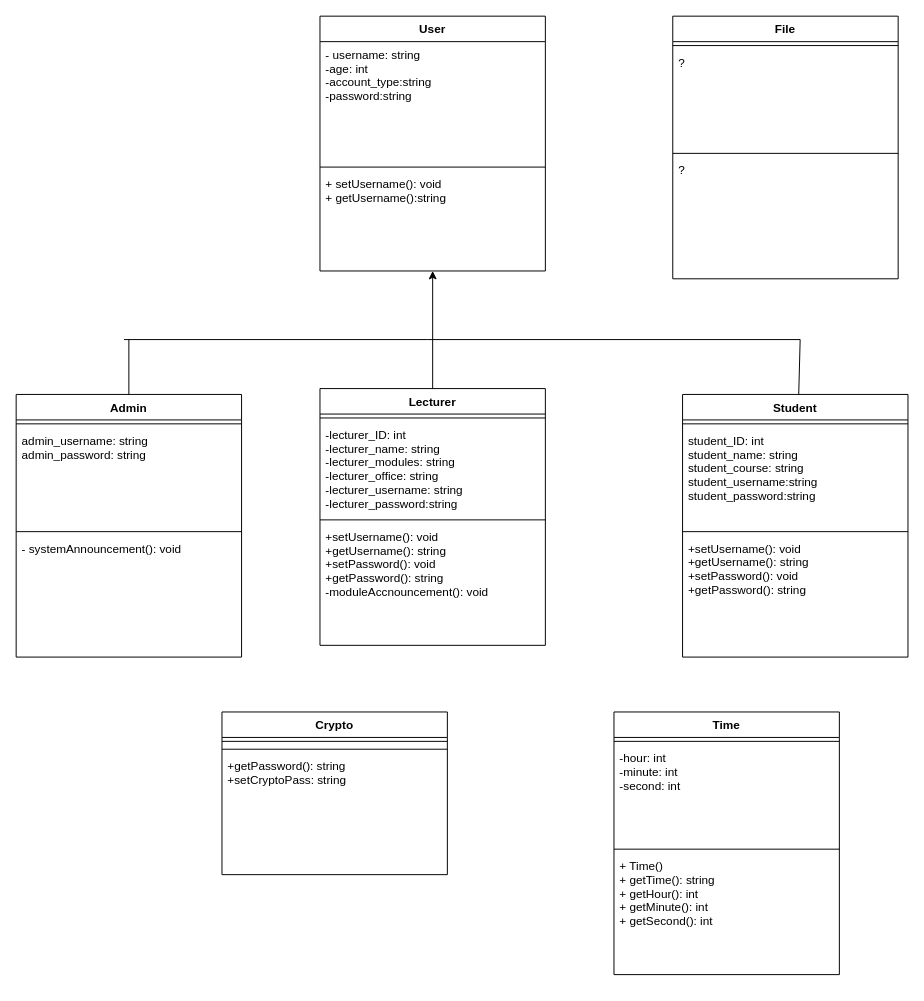
Before: UML Design (MG)/SecureProgUML(30014095).drawio in mgreen01/Secure-Programming-Project, a draw.io diagram. Source tidied: cells renumbered, new cells numbered last; positions are measured from the earlier drawing's top-left corner, leaving out a move shared by most shapes. Both pictures are drawn from the tidied source at 98%, with x=0, y=0 at pixel (16, 16).
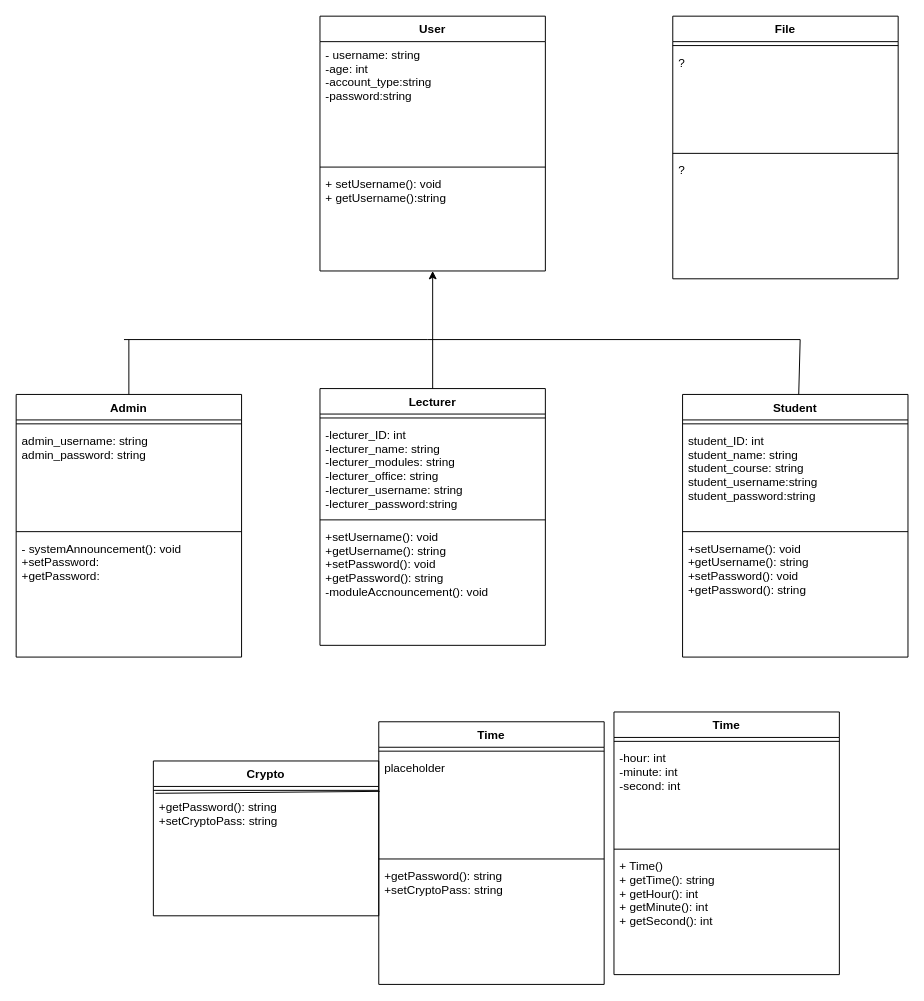
The same page after the edit.

The change refers to these unchanged cells:
```xml
<mxCell id="25" value="Admin" style="swimlane;fontStyle=1;align=center;verticalAlign=top;horizontal=1;startSize=26;" parent="1" vertex="1">
  <mxGeometry y="386" width="230" height="268" as="geometry" />
</mxCell>
```

The edit, as a diff of the source:
```diff
@@
     <mxCell id="11" value="Crypto" style="swimlane;fontStyle=1;align=center;verticalAlign=top;horizontal=1;startSize=26;" parent="1" vertex="1">
-      <mxGeometry x="210" y="710" width="230" height="166" as="geometry" />
+      <mxGeometry x="140" y="760" width="230" height="158" as="geometry" />
     </mxCell>
-    <mxCell id="12" style="line;strokeWidth=1;fillColor=none;align=left;verticalAlign=middle;spacingTop=-1;spacingLeft=3;spacingRight=3;labelPosition=right;" parent="11" vertex="1">
-      <mxGeometry y="26" width="230" height="8" as="geometry" />
-    </mxCell>
     <mxCell id="13" style="line;strokeWidth=1;fillColor=none;align=left;verticalAlign=middle;spacingTop=-1;spacingLeft=3;spacingRight=3;labelPosition=right;" parent="11" vertex="1">
-      <mxGeometry y="34" width="230" height="8" as="geometry" />
+      <mxGeometry y="26" width="230" height="8" as="geometry" />
     </mxCell>
     <mxCell id="14" value="+getPassword(): string&#10;+setCryptoPass: string&#10;" style="text;strokeColor=none;fillColor=none;align=left;verticalAlign=top;spacingLeft=4;spacingRight=4;overflow=hidden;points=[[0,0.5],[1,0.5]];portConstraint=eastwest;" parent="11" vertex="1">
-      <mxGeometry y="42" width="230" height="124" as="geometry" />
+      <mxGeometry y="34" width="230" height="124" as="geometry" />
     </mxCell>
+    <mxCell id="40" style="endArrow=none;html=1;exitX=0.009;exitY=-0.008;exitDx=0;exitDy=0;exitPerimeter=0;entryX=1.004;entryY=-0.024;entryDx=0;entryDy=0;entryPerimeter=0;" parent="11" edge="1" source="14" target="14">
+      <mxGeometry relative="1" as="geometry" />
+    </mxCell>
@@
-    <mxCell id="29" value="- systemAnnouncement(): void" style="text;strokeColor=none;fillColor=none;align=left;verticalAlign=top;spacingLeft=4;spacingRight=4;overflow=hidden;" parent="25" vertex="1">
+    <mxCell id="29" value="- systemAnnouncement(): void&#10;+setPassword:&#10;+getPassword:&#10;" style="text;strokeColor=none;fillColor=none;align=left;verticalAlign=top;spacingLeft=4;spacingRight=4;overflow=hidden;" parent="25" vertex="1">
       <mxGeometry y="144" width="230" height="124" as="geometry" />
     </mxCell>
@@
+    <mxCell id="41" value="Time" style="swimlane;fontStyle=1;align=center;verticalAlign=top;horizontal=1;startSize=26;" parent="1" vertex="1">
+      <mxGeometry x="370" y="720" width="230" height="268" as="geometry" />
+    </mxCell>
+    <mxCell id="12" style="line;strokeWidth=1;fillColor=none;align=left;verticalAlign=middle;spacingTop=-1;spacingLeft=3;spacingRight=3;labelPosition=right;" parent="41" vertex="1">
+      <mxGeometry y="26" width="230" height="8" as="geometry" />
+    </mxCell>
+    <mxCell id="42" value="placeholder&#10;" style="text;strokeColor=none;fillColor=none;align=left;verticalAlign=top;spacingLeft=4;spacingRight=4;overflow=hidden;" parent="41" vertex="1">
+      <mxGeometry y="34" width="230" height="102" as="geometry" />
+    </mxCell>
+    <mxCell id="43" style="line;strokeWidth=1;fillColor=none;align=left;verticalAlign=middle;spacingTop=-1;spacingLeft=3;spacingRight=3;labelPosition=right;" parent="41" vertex="1">
+      <mxGeometry y="136" width="230" height="8" as="geometry" />
+    </mxCell>
+    <mxCell id="44" value="+getPassword(): string&#10;+setCryptoPass: string" style="text;strokeColor=none;fillColor=none;align=left;verticalAlign=top;spacingLeft=4;spacingRight=4;overflow=hidden;" parent="41" vertex="1">
+      <mxGeometry y="144" width="230" height="124" as="geometry" />
+    </mxCell>
```
